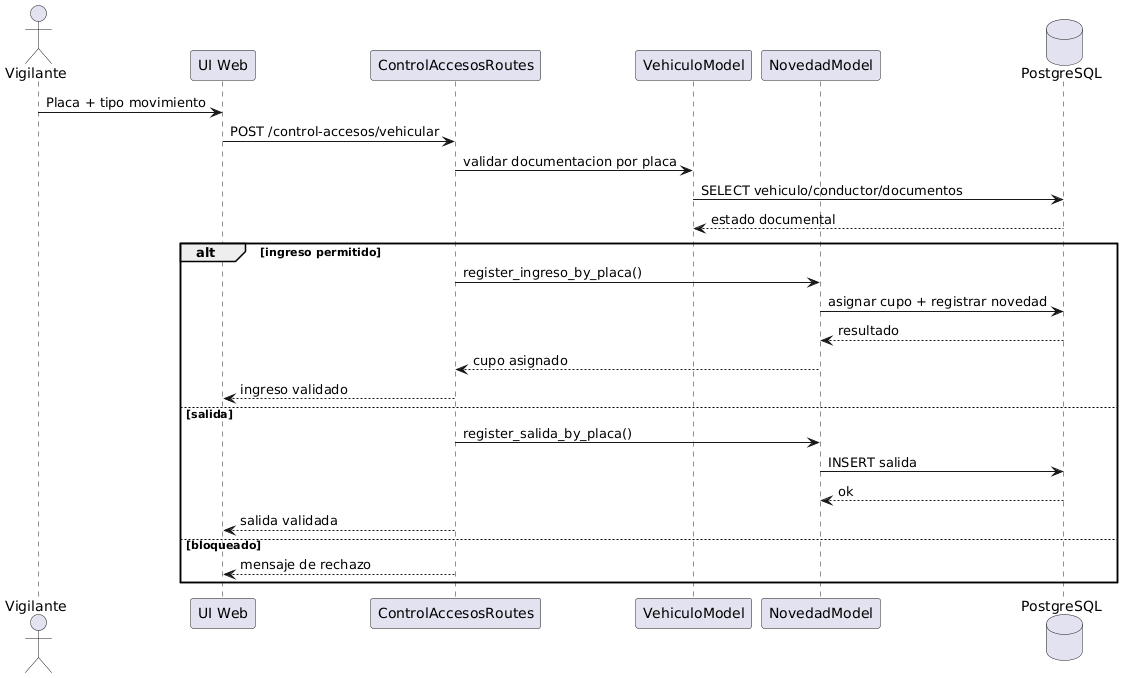
maranavard/SISTEMA-COMPUTACIONAL-PARA-LA-GESTION-Y-CONTROL-DE-ACCESO-DE-AUTOMOVILES-M-DULO-WEB keeps this PlantUML diagram as docs/uml/render/secuencias/CU08_validar_acceso_vehicular.png. Above is the earlier version.
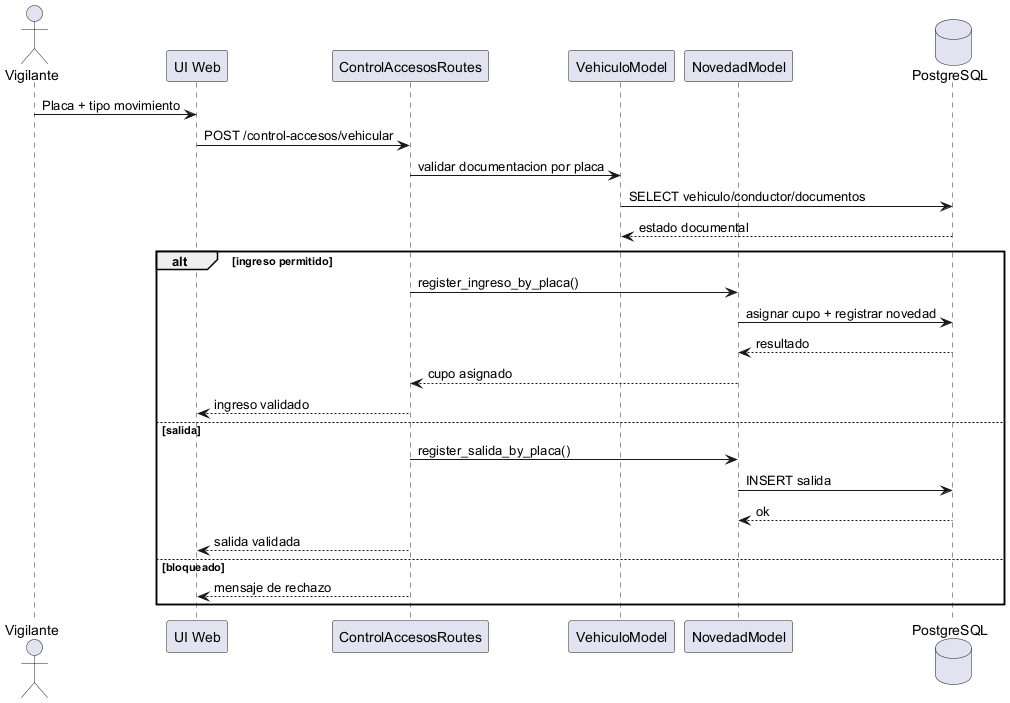
After the commit.

What changed in the source:
```diff
@@ -1,4 +1,4 @@
-@startuml
+@startuml CU08_validar_acceso_vehicular
 actor Vigilante
 participant "UI Web" as UI
 participant "ControlAccesosRoutes" as C
```
